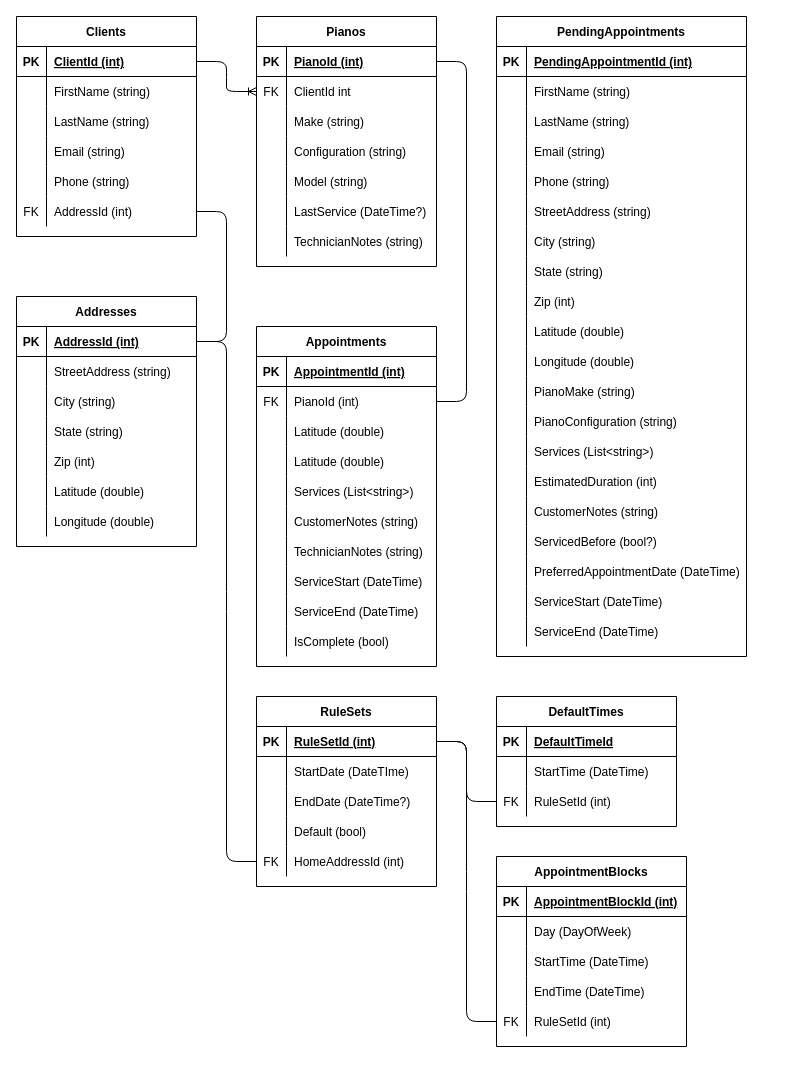
The draw.io diagram Design Outlines/CapstoneERD.drawio in colingalvin/Capstone, before the edit. Source tidied: cells renumbered, new cells numbered last; positions are measured from the earlier drawing's top-left corner, leaving out a move shared by most shapes. Both pictures are drawn from the tidied source at 100%, with x=0, y=0 at pixel (16, 16).
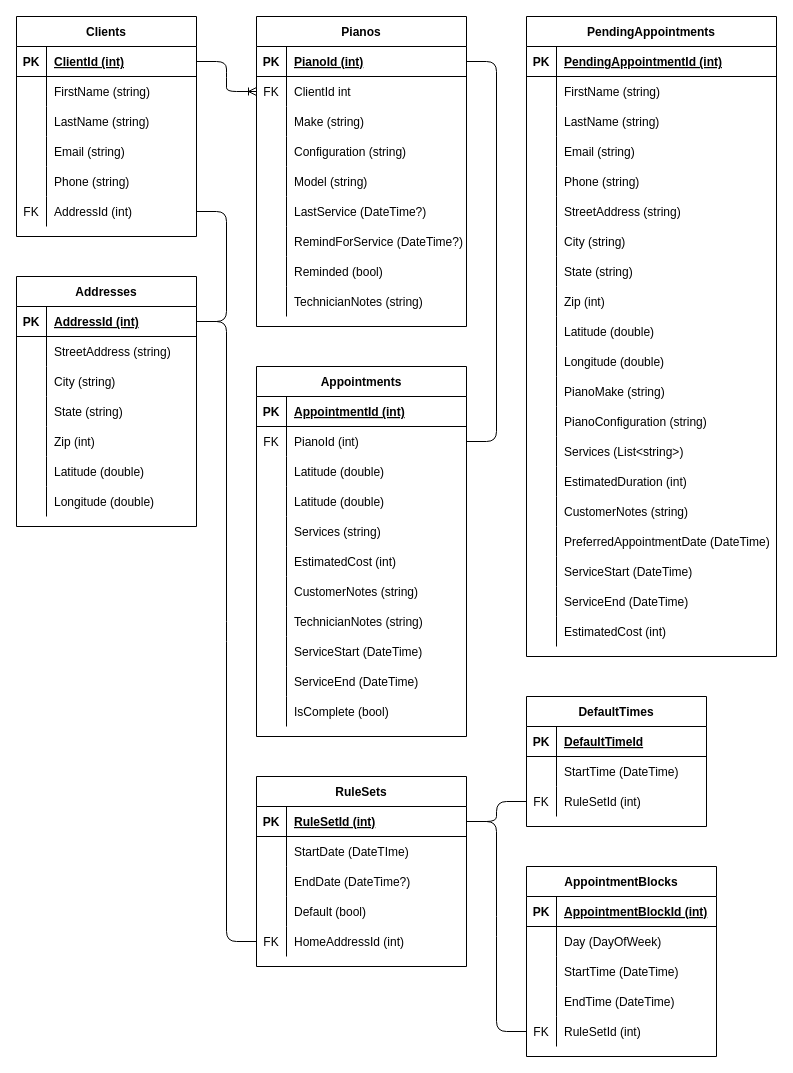
Above is the later version.

Commit message (it also covers changes not shown here):
Remove ServicedBefore from PendingAppointment Model, update ERD to reflect changes.

What changed in the source:
```diff
@@
     <mxCell id="21" value="Pianos" style="shape=table;startSize=30;childLayout=tableLayout;rowLines=0;fontStyle=1;align=center;" parent="1" vertex="1">
-      <mxGeometry x="240" width="180" height="250" as="geometry" />
+      <mxGeometry x="240" width="210" height="310" as="geometry" />
     </mxCell>
     <mxCell id="22" style="shape=partialRectangle;fillColor=none;top=0;left=0;bottom=1;right=0;points=[[0,0.5],[1,0.5]];portConstraint=eastwest;" parent="21" vertex="1">
-      <mxGeometry y="30" width="180" height="30" as="geometry" />
+      <mxGeometry y="30" width="210" height="30" as="geometry" />
     </mxCell>
@@
     <mxCell id="24" value="PianoId (int)" style="shape=partialRectangle;fillColor=none;top=0;left=0;bottom=0;right=0;align=left;spacingLeft=6;fontStyle=5;overflow=hidden;" parent="22" vertex="1">
-      <mxGeometry x="30" width="150" height="30" as="geometry" />
+      <mxGeometry x="30" width="180" height="30" as="geometry" />
     </mxCell>
     <mxCell id="25" style="shape=partialRectangle;fillColor=none;top=0;left=0;bottom=0;right=0;points=[[0,0.5],[1,0.5]];portConstraint=eastwest;direction=south;" parent="21" vertex="1">
-      <mxGeometry y="60" width="180" height="30" as="geometry" />
+      <mxGeometry y="60" width="210" height="30" as="geometry" />
     </mxCell>
@@
     <mxCell id="27" value="ClientId int" style="shape=partialRectangle;fillColor=none;top=0;left=0;bottom=0;right=0;align=left;spacingLeft=6;overflow=hidden;" parent="25" vertex="1">
-      <mxGeometry x="30" width="150" height="30" as="geometry" />
+      <mxGeometry x="30" width="180" height="30" as="geometry" />
     </mxCell>
     <mxCell id="28" style="shape=partialRectangle;fillColor=none;top=0;left=0;bottom=0;right=0;" parent="21" vertex="1">
-      <mxGeometry y="90" width="180" height="30" as="geometry" />
+      <mxGeometry y="90" width="210" height="30" as="geometry" />
     </mxCell>
@@
     <mxCell id="30" value="Make (string)" style="shape=partialRectangle;fillColor=none;top=0;left=0;bottom=0;right=0;align=left;spacingLeft=6;overflow=hidden;" parent="28" vertex="1">
-      <mxGeometry x="30" width="150" height="30" as="geometry" />
+      <mxGeometry x="30" width="180" height="30" as="geometry" />
     </mxCell>
     <mxCell id="31" style="shape=partialRectangle;fillColor=none;top=0;left=0;bottom=0;right=0;" parent="21" vertex="1">
-      <mxGeometry y="120" width="180" height="30" as="geometry" />
+      <mxGeometry y="120" width="210" height="30" as="geometry" />
     </mxCell>
@@
     <mxCell id="33" value="Configuration (string)" style="shape=partialRectangle;fillColor=none;top=0;left=0;bottom=0;right=0;align=left;spacingLeft=6;overflow=hidden;" parent="31" vertex="1">
-      <mxGeometry x="30" width="150" height="30" as="geometry" />
+      <mxGeometry x="30" width="180" height="30" as="geometry" />
     </mxCell>
     <mxCell id="34" style="shape=partialRectangle;fillColor=none;top=0;left=0;bottom=0;right=0;" parent="21" vertex="1">
-      <mxGeometry y="150" width="180" height="30" as="geometry" />
+      <mxGeometry y="150" width="210" height="30" as="geometry" />
     </mxCell>
@@
     <mxCell id="36" value="Model (string)" style="shape=partialRectangle;fillColor=none;top=0;left=0;bottom=0;right=0;align=left;spacingLeft=6;overflow=hidden;" parent="34" vertex="1">
-      <mxGeometry x="30" width="150" height="30" as="geometry" />
+      <mxGeometry x="30" width="180" height="30" as="geometry" />
     </mxCell>
     <mxCell id="37" style="shape=partialRectangle;fillColor=none;top=0;left=0;bottom=0;right=0;direction=south;" parent="21" vertex="1">
-      <mxGeometry y="180" width="180" height="30" as="geometry" />
+      <mxGeometry y="180" width="210" height="30" as="geometry" />
     </mxCell>
@@
     <mxCell id="39" value="LastService (DateTime?)" style="shape=partialRectangle;fillColor=none;top=0;left=0;bottom=0;right=0;align=left;spacingLeft=6;overflow=hidden;" parent="37" vertex="1">
-      <mxGeometry x="30" width="150" height="30" as="geometry" />
+      <mxGeometry x="30" width="180" height="30" as="geometry" />
     </mxCell>
+    <mxCell id="205" style="shape=partialRectangle;fillColor=none;top=0;left=0;bottom=0;right=0;direction=south;" parent="21" vertex="1">
+      <mxGeometry y="210" width="210" height="30" as="geometry" />
+    </mxCell>
+    <mxCell id="206" style="shape=partialRectangle;fillColor=none;top=0;left=0;bottom=0;right=0;overflow=hidden;" parent="205" vertex="1">
+      <mxGeometry width="30" height="30" as="geometry" />
+    </mxCell>
+    <mxCell id="207" value="RemindForService (DateTime?)" style="shape=partialRectangle;fillColor=none;top=0;left=0;bottom=0;right=0;align=left;spacingLeft=6;overflow=hidden;" parent="205" vertex="1">
+      <mxGeometry x="30" width="180" height="30" as="geometry" />
+    </mxCell>
+    <mxCell id="208" style="shape=partialRectangle;fillColor=none;top=0;left=0;bottom=0;right=0;direction=south;" parent="21" vertex="1">
+      <mxGeometry y="240" width="210" height="30" as="geometry" />
+    </mxCell>
+    <mxCell id="209" style="shape=partialRectangle;fillColor=none;top=0;left=0;bottom=0;right=0;overflow=hidden;" parent="208" vertex="1">
+      <mxGeometry width="30" height="30" as="geometry" />
+    </mxCell>
+    <mxCell id="210" value="Reminded (bool)" style="shape=partialRectangle;fillColor=none;top=0;left=0;bottom=0;right=0;align=left;spacingLeft=6;overflow=hidden;" parent="208" vertex="1">
+      <mxGeometry x="30" width="180" height="30" as="geometry" />
+    </mxCell>
     <mxCell id="40" style="shape=partialRectangle;fillColor=none;top=0;left=0;bottom=0;right=0;direction=south;" parent="21" vertex="1">
-      <mxGeometry y="210" width="180" height="30" as="geometry" />
+      <mxGeometry y="270" width="210" height="30" as="geometry" />
     </mxCell>
@@
     <mxCell id="42" value="TechnicianNotes (string)" style="shape=partialRectangle;fillColor=none;top=0;left=0;bottom=0;right=0;align=left;spacingLeft=6;overflow=hidden;" parent="40" vertex="1">
-      <mxGeometry x="30" width="150" height="30" as="geometry" />
+      <mxGeometry x="30" width="180" height="30" as="geometry" />
     </mxCell>
     <mxCell id="43" value="Appointments" style="shape=table;startSize=30;childLayout=tableLayout;rowLines=0;fontStyle=1;align=center;" parent="1" vertex="1">
-      <mxGeometry x="240" y="310" width="180" height="340" as="geometry" />
+      <mxGeometry x="240" y="350" width="210" height="370" as="geometry" />
     </mxCell>
     <mxCell id="44" style="shape=partialRectangle;fillColor=none;top=0;left=0;bottom=1;right=0;" parent="43" vertex="1">
-      <mxGeometry y="30" width="180" height="30" as="geometry" />
+      <mxGeometry y="30" width="210" height="30" as="geometry" />
     </mxCell>
@@
     <mxCell id="46" value="AppointmentId (int)" style="shape=partialRectangle;fillColor=none;top=0;left=0;bottom=0;right=0;align=left;spacingLeft=6;fontStyle=5;overflow=hidden;" parent="44" vertex="1">
-      <mxGeometry x="30" width="150" height="30" as="geometry" />
+      <mxGeometry x="30" width="180" height="30" as="geometry" />
     </mxCell>
     <mxCell id="47" style="shape=partialRectangle;fillColor=none;top=0;left=0;bottom=0;right=0;points=[[0,0.5],[1,0.5]];portConstraint=eastwest;" parent="43" vertex="1">
-      <mxGeometry y="60" width="180" height="30" as="geometry" />
+      <mxGeometry y="60" width="210" height="30" as="geometry" />
     </mxCell>
@@
     <mxCell id="49" value="PianoId (int)" style="shape=partialRectangle;fillColor=none;top=0;left=0;bottom=0;right=0;align=left;spacingLeft=6;overflow=hidden;" parent="47" vertex="1">
-      <mxGeometry x="30" width="150" height="30" as="geometry" />
+      <mxGeometry x="30" width="180" height="30" as="geometry" />
     </mxCell>
     <mxCell id="50" style="shape=partialRectangle;fillColor=none;top=0;left=0;bottom=0;right=0;" parent="43" vertex="1">
-      <mxGeometry y="90" width="180" height="30" as="geometry" />
+      <mxGeometry y="90" width="210" height="30" as="geometry" />
     </mxCell>
@@
     <mxCell id="52" value="Latitude (double)" style="shape=partialRectangle;fillColor=none;top=0;left=0;bottom=0;right=0;align=left;spacingLeft=6;overflow=hidden;" parent="50" vertex="1">
-      <mxGeometry x="30" width="150" height="30" as="geometry" />
+      <mxGeometry x="30" width="180" height="30" as="geometry" />
     </mxCell>
     <mxCell id="53" style="shape=partialRectangle;fillColor=none;top=0;left=0;bottom=0;right=0;" parent="43" vertex="1">
-      <mxGeometry y="120" width="180" height="30" as="geometry" />
+      <mxGeometry y="120" width="210" height="30" as="geometry" />
     </mxCell>
@@
     <mxCell id="55" value="Latitude (double)" style="shape=partialRectangle;fillColor=none;top=0;left=0;bottom=0;right=0;align=left;spacingLeft=6;overflow=hidden;" parent="53" vertex="1">
-      <mxGeometry x="30" width="150" height="30" as="geometry" />
+      <mxGeometry x="30" width="180" height="30" as="geometry" />
     </mxCell>
+    <mxCell id="211" style="shape=partialRectangle;fillColor=none;top=0;left=0;bottom=0;right=0;" parent="43" vertex="1">
+      <mxGeometry y="150" width="210" height="30" as="geometry" />
+    </mxCell>
+    <mxCell id="212" style="shape=partialRectangle;fillColor=none;top=0;left=0;bottom=0;right=0;overflow=hidden;" parent="211" vertex="1">
+      <mxGeometry width="30" height="30" as="geometry" />
+    </mxCell>
+    <mxCell id="213" value="Services (string)" style="shape=partialRectangle;fillColor=none;top=0;left=0;bottom=0;right=0;align=left;spacingLeft=6;overflow=hidden;" parent="211" vertex="1">
+      <mxGeometry x="30" width="180" height="30" as="geometry" />
+    </mxCell>
     <mxCell id="56" style="shape=partialRectangle;fillColor=none;top=0;left=0;bottom=0;right=0;" parent="43" vertex="1">
-      <mxGeometry y="150" width="180" height="30" as="geometry" />
+      <mxGeometry y="180" width="210" height="30" as="geometry" />
     </mxCell>
@@
-    <mxCell id="58" value="Services (List&lt;string&gt;)" style="shape=partialRectangle;fillColor=none;top=0;left=0;bottom=0;right=0;align=left;spacingLeft=6;overflow=hidden;" parent="56" vertex="1">
-      <mxGeometry x="30" width="150" height="30" as="geometry" />
+    <mxCell id="58" value="EstimatedCost (int)" style="shape=partialRectangle;fillColor=none;top=0;left=0;bottom=0;right=0;align=left;spacingLeft=6;overflow=hidden;" parent="56" vertex="1">
+      <mxGeometry x="30" width="180" height="30" as="geometry" />
     </mxCell>
     <mxCell id="59" style="shape=partialRectangle;fillColor=none;top=0;left=0;bottom=0;right=0;direction=south;" parent="43" vertex="1">
-      <mxGeometry y="180" width="180" height="30" as="geometry" />
+      <mxGeometry y="210" width="210" height="30" as="geometry" />
     </mxCell>
@@
     <mxCell id="61" value="CustomerNotes (string)" style="shape=partialRectangle;fillColor=none;top=0;left=0;bottom=0;right=0;align=left;spacingLeft=6;overflow=hidden;" parent="59" vertex="1">
-      <mxGeometry x="30" width="150" height="30" as="geometry" />
+      <mxGeometry x="30" width="180" height="30" as="geometry" />
     </mxCell>
     <mxCell id="62" style="shape=partialRectangle;fillColor=none;top=0;left=0;bottom=0;right=0;direction=south;" parent="43" vertex="1">
-      <mxGeometry y="210" width="180" height="30" as="geometry" />
+      <mxGeometry y="240" width="210" height="30" as="geometry" />
     </mxCell>
@@
     <mxCell id="64" value="TechnicianNotes (string)" style="shape=partialRectangle;fillColor=none;top=0;left=0;bottom=0;right=0;align=left;spacingLeft=6;overflow=hidden;" parent="62" vertex="1">
-      <mxGeometry x="30" width="150" height="30" as="geometry" />
+      <mxGeometry x="30" width="180" height="30" as="geometry" />
     </mxCell>
     <mxCell id="65" style="shape=partialRectangle;fillColor=none;top=0;left=0;bottom=0;right=0;" parent="43" vertex="1">
-      <mxGeometry y="240" width="180" height="30" as="geometry" />
+      <mxGeometry y="270" width="210" height="30" as="geometry" />
     </mxCell>
@@
     <mxCell id="67" value="ServiceStart (DateTime)" style="shape=partialRectangle;fillColor=none;top=0;left=0;bottom=0;right=0;align=left;spacingLeft=6;overflow=hidden;" parent="65" vertex="1">
-      <mxGeometry x="30" width="150" height="30" as="geometry" />
+      <mxGeometry x="30" width="180" height="30" as="geometry" />
     </mxCell>
     <mxCell id="68" style="shape=partialRectangle;fillColor=none;top=0;left=0;bottom=0;right=0;" parent="43" vertex="1">
-      <mxGeometry y="270" width="180" height="30" as="geometry" />
+      <mxGeometry y="300" width="210" height="30" as="geometry" />
     </mxCell>
@@
     <mxCell id="70" value="ServiceEnd (DateTime)" style="shape=partialRectangle;fillColor=none;top=0;left=0;bottom=0;right=0;align=left;spacingLeft=6;overflow=hidden;" parent="68" vertex="1">
-      <mxGeometry x="30" width="150" height="30" as="geometry" />
+      <mxGeometry x="30" width="180" height="30" as="geometry" />
     </mxCell>
     <mxCell id="71" style="shape=partialRectangle;fillColor=none;top=0;left=0;bottom=0;right=0;" parent="43" vertex="1">
-      <mxGeometry y="300" width="180" height="30" as="geometry" />
+      <mxGeometry y="330" width="210" height="30" as="geometry" />
     </mxCell>
@@
     <mxCell id="73" value="IsComplete (bool)" style="shape=partialRectangle;fillColor=none;top=0;left=0;bottom=0;right=0;align=left;spacingLeft=6;overflow=hidden;" parent="71" vertex="1">
-      <mxGeometry x="30" width="150" height="30" as="geometry" />
+      <mxGeometry x="30" width="180" height="30" as="geometry" />
     </mxCell>
     <mxCell id="74" value="RuleSets" style="shape=table;startSize=30;childLayout=tableLayout;rowLines=0;fontStyle=1;align=center;" parent="1" vertex="1">
-      <mxGeometry x="240" y="680" width="180" height="190" as="geometry" />
+      <mxGeometry x="240" y="760" width="210" height="190" as="geometry" />
     </mxCell>
     <mxCell id="75" style="shape=partialRectangle;fillColor=none;top=0;left=0;bottom=1;right=0;points=[[0,0.5],[1,0.5]];portConstraint=eastwest;" parent="74" vertex="1">
-      <mxGeometry y="30" width="180" height="30" as="geometry" />
+      <mxGeometry y="30" width="210" height="30" as="geometry" />
     </mxCell>
@@
     <mxCell id="77" value="RuleSetId (int)" style="shape=partialRectangle;fillColor=none;top=0;left=0;bottom=0;right=0;align=left;spacingLeft=6;fontStyle=5;overflow=hidden;" parent="75" vertex="1">
-      <mxGeometry x="30" width="150" height="30" as="geometry" />
+      <mxGeometry x="30" width="180" height="30" as="geometry" />
     </mxCell>
     <mxCell id="78" style="shape=partialRectangle;fillColor=none;top=0;left=0;bottom=0;right=0;" parent="74" vertex="1">
-      <mxGeometry y="60" width="180" height="30" as="geometry" />
+      <mxGeometry y="60" width="210" height="30" as="geometry" />
     </mxCell>
@@
     <mxCell id="80" value="StartDate (DateTIme)" style="shape=partialRectangle;fillColor=none;top=0;left=0;bottom=0;right=0;align=left;spacingLeft=6;overflow=hidden;" parent="78" vertex="1">
-      <mxGeometry x="30" width="150" height="30" as="geometry" />
+      <mxGeometry x="30" width="180" height="30" as="geometry" />
     </mxCell>
     <mxCell id="81" style="shape=partialRectangle;fillColor=none;top=0;left=0;bottom=0;right=0;" parent="74" vertex="1">
-      <mxGeometry y="90" width="180" height="30" as="geometry" />
+      <mxGeometry y="90" width="210" height="30" as="geometry" />
     </mxCell>
@@
     <mxCell id="83" value="EndDate (DateTime?)" style="shape=partialRectangle;fillColor=none;top=0;left=0;bottom=0;right=0;align=left;spacingLeft=6;overflow=hidden;" parent="81" vertex="1">
-      <mxGeometry x="30" width="150" height="30" as="geometry" />
+      <mxGeometry x="30" width="180" height="30" as="geometry" />
     </mxCell>
     <mxCell id="84" style="shape=partialRectangle;fillColor=none;top=0;left=0;bottom=0;right=0;" parent="74" vertex="1">
-      <mxGeometry y="120" width="180" height="30" as="geometry" />
+      <mxGeometry y="120" width="210" height="30" as="geometry" />
     </mxCell>
@@
     <mxCell id="86" value="Default (bool)" style="shape=partialRectangle;fillColor=none;top=0;left=0;bottom=0;right=0;align=left;spacingLeft=6;overflow=hidden;" parent="84" vertex="1">
-      <mxGeometry x="30" width="150" height="30" as="geometry" />
+      <mxGeometry x="30" width="180" height="30" as="geometry" />
     </mxCell>
     <mxCell id="87" style="shape=partialRectangle;fillColor=none;top=0;left=0;bottom=0;right=0;points=[[0,0.5],[1,0.5]];portConstraint=eastwest;" parent="74" vertex="1">
-      <mxGeometry y="150" width="180" height="30" as="geometry" />
+      <mxGeometry y="150" width="210" height="30" as="geometry" />
     </mxCell>
@@
     <mxCell id="89" value="HomeAddressId (int)" style="shape=partialRectangle;fillColor=none;top=0;left=0;bottom=0;right=0;align=left;spacingLeft=6;overflow=hidden;" parent="87" vertex="1">
-      <mxGeometry x="30" width="150" height="30" as="geometry" />
+      <mxGeometry x="30" width="180" height="30" as="geometry" />
     </mxCell>
     <mxCell id="90" value="AppointmentBlocks" style="shape=table;startSize=30;childLayout=tableLayout;rowLines=0;fontStyle=1;align=center;" parent="1" vertex="1">
-      <mxGeometry x="480" y="840" width="190" height="190" as="geometry" />
+      <mxGeometry x="510" y="850" width="190" height="190" as="geometry" />
     </mxCell>
@@
     <mxCell id="106" value="Addresses" style="shape=table;startSize=30;childLayout=tableLayout;rowLines=0;fontStyle=1;align=center;" parent="1" vertex="1">
-      <mxGeometry y="280" width="180" height="250" as="geometry" />
+      <mxGeometry y="260" width="180" height="250" as="geometry" />
     </mxCell>
@@
     <mxCell id="132" value="PendingAppointments" style="shape=table;startSize=30;childLayout=tableLayout;rowLines=0;fontStyle=1;align=center;" parent="1" vertex="1">
-      <mxGeometry x="480" width="250" height="640" as="geometry" />
+      <mxGeometry x="510" width="250" height="640" as="geometry" />
     </mxCell>
@@
-    <mxCell id="181" style="shape=partialRectangle;fillColor=none;top=0;left=0;bottom=0;right=0;direction=south;" parent="132" vertex="1">
-      <mxGeometry y="510" width="250" height="30" as="geometry" />
-    </mxCell>
-    <mxCell id="182" style="shape=partialRectangle;fillColor=none;top=0;left=0;bottom=0;right=0;overflow=hidden;" parent="181" vertex="1">
-      <mxGeometry width="30" height="30" as="geometry" />
-    </mxCell>
-    <mxCell id="183" value="ServicedBefore (bool?)" style="shape=partialRectangle;fillColor=none;top=0;left=0;bottom=0;right=0;align=left;spacingLeft=6;overflow=hidden;" parent="181" vertex="1">
-      <mxGeometry x="30" width="220" height="30" as="geometry" />
-    </mxCell>
     <mxCell id="184" style="shape=partialRectangle;fillColor=none;top=0;left=0;bottom=0;right=0;direction=south;" parent="132" vertex="1">
-      <mxGeometry y="540" width="250" height="30" as="geometry" />
+      <mxGeometry y="510" width="250" height="30" as="geometry" />
     </mxCell>
@@
     <mxCell id="187" style="shape=partialRectangle;fillColor=none;top=0;left=0;bottom=0;right=0;direction=south;" parent="132" vertex="1">
-      <mxGeometry y="570" width="250" height="30" as="geometry" />
+      <mxGeometry y="540" width="250" height="30" as="geometry" />
     </mxCell>
@@
     <mxCell id="190" style="shape=partialRectangle;fillColor=none;top=0;left=0;bottom=0;right=0;direction=south;" parent="132" vertex="1">
-      <mxGeometry y="600" width="250" height="30" as="geometry" />
+      <mxGeometry y="570" width="250" height="30" as="geometry" />
     </mxCell>
@@
+    <mxCell id="214" style="shape=partialRectangle;fillColor=none;top=0;left=0;bottom=0;right=0;direction=south;" parent="132" vertex="1">
+      <mxGeometry y="600" width="250" height="30" as="geometry" />
+    </mxCell>
+    <mxCell id="215" style="shape=partialRectangle;fillColor=none;top=0;left=0;bottom=0;right=0;overflow=hidden;" parent="214" vertex="1">
+      <mxGeometry width="30" height="30" as="geometry" />
+    </mxCell>
+    <mxCell id="216" value="EstimatedCost (int)" style="shape=partialRectangle;fillColor=none;top=0;left=0;bottom=0;right=0;align=left;spacingLeft=6;overflow=hidden;" parent="214" vertex="1">
+      <mxGeometry x="30" width="220" height="30" as="geometry" />
+    </mxCell>
     <mxCell id="193" value="DefaultTimes" style="shape=table;startSize=30;childLayout=tableLayout;rowLines=0;fontStyle=1;align=center;" parent="1" vertex="1">
-      <mxGeometry x="480" y="680" width="180" height="130" as="geometry" />
+      <mxGeometry x="510" y="680" width="180" height="130" as="geometry" />
     </mxCell>
```
